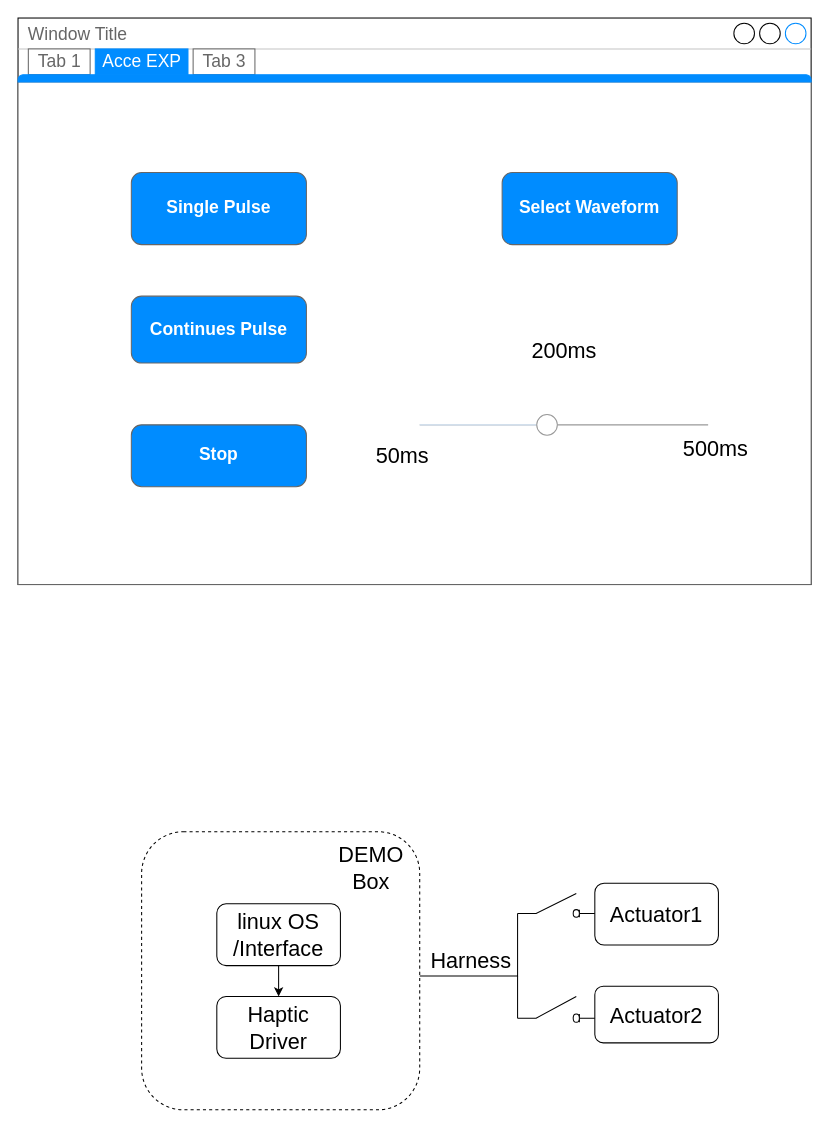
yinxingyi/DRAW.IO keeps this draw.io diagram as HMI GUI Tab View ACCE2.drawio. Above is the earlier version. Source tidied: cells renumbered, new cells numbered last; positions are measured from the earlier drawing's top-left corner, leaving out a move shared by most shapes. Both pictures are drawn from the tidied source at 103%, with x=0, y=0 at pixel (18, 18).
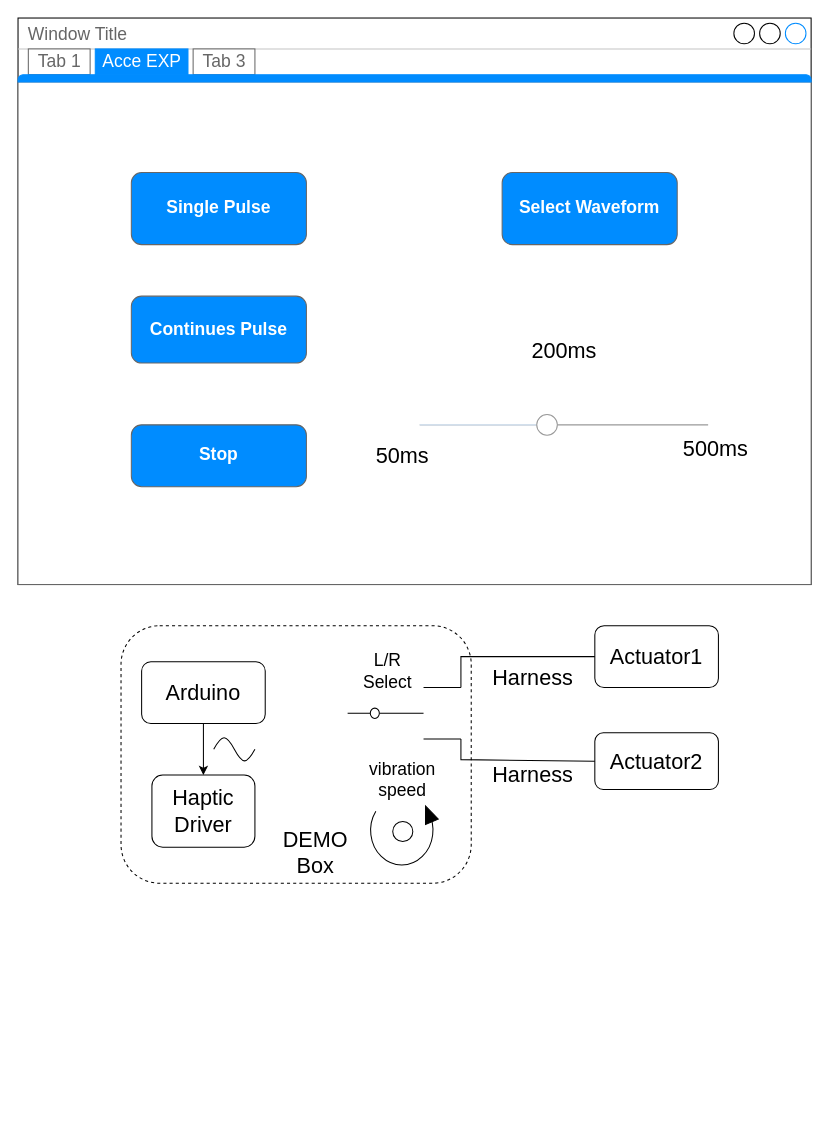
The same page after the edit.

Diff of the diagram source:
```diff
@@
     <mxCell id="2" style="rounded=1;whiteSpace=wrap;html=1;fontSize=21;dashed=1;" parent="1" vertex="1">
-      <mxGeometry x="120" y="790" width="270" height="270" as="geometry" />
+      <mxGeometry x="100" y="590" width="340" height="250" as="geometry" />
     </mxCell>
@@
     <mxCell id="17" value="Haptic Driver" style="rounded=1;whiteSpace=wrap;html=1;fontSize=21;" parent="1" vertex="1">
-      <mxGeometry x="193" y="950" width="120" height="60" as="geometry" />
+      <mxGeometry x="130" y="735" width="100" height="70" as="geometry" />
     </mxCell>
     <mxCell id="18" value="Actuator1" style="rounded=1;whiteSpace=wrap;html=1;fontSize=21;" parent="1" vertex="1">
-      <mxGeometry x="560" y="840" width="120" height="60" as="geometry" />
+      <mxGeometry x="560" y="590" width="120" height="60" as="geometry" />
     </mxCell>
@@
-    <mxCell id="20" value="linux OS /Interface" style="rounded=1;whiteSpace=wrap;html=1;fontSize=21;" parent="1" vertex="1">
-      <mxGeometry x="193" y="860" width="120" height="60" as="geometry" />
+    <mxCell id="20" value="Arduino" style="rounded=1;whiteSpace=wrap;html=1;fontSize=21;" parent="1" vertex="1">
+      <mxGeometry x="120" y="625" width="120" height="60" as="geometry" />
     </mxCell>
     <mxCell id="21" value="Actuator2" style="rounded=1;whiteSpace=wrap;html=1;fontSize=21;" parent="1" vertex="1">
-      <mxGeometry x="560" y="940" width="120" height="55" as="geometry" />
+      <mxGeometry x="560" y="694" width="120" height="55" as="geometry" />
     </mxCell>
-    <mxCell id="22" style="shape=mxgraph.electrical.electro-mechanical.switchDisconnector;elSwitchState=off;fontSize=21;" parent="1" vertex="1">
-      <mxGeometry x="485" y="850" width="75" height="23" as="geometry" />
-    </mxCell>
-    <mxCell id="23" style="shape=mxgraph.electrical.electro-mechanical.switchDisconnector;elSwitchState=off;fontSize=21;" parent="1" vertex="1">
-      <mxGeometry x="485" y="950" width="75" height="25" as="geometry" />
-    </mxCell>
-    <mxCell id="24" style="endArrow=none;html=1;rounded=0;fontSize=21;entryX=0;entryY=0.84;entryDx=0;entryDy=0;" parent="1" edge="1" target="22">
-      <mxGeometry relative="1" as="geometry">
-        <mxPoint x="390" y="930" as="sourcePoint" />
-        <Array as="points">
-          <mxPoint x="485" y="930" />
-        </Array>
-      </mxGeometry>
-    </mxCell>
-    <mxCell id="25" style="endArrow=none;html=1;rounded=0;fontSize=21;exitX=0;exitY=0.84;exitDx=0;exitDy=0;" parent="1" edge="1" source="23">
-      <mxGeometry relative="1" as="geometry">
-        <mxPoint x="485" y="930" as="targetPoint" />
-      </mxGeometry>
-    </mxCell>
     <mxCell id="26" value="DEMO Box" style="text;html=1;strokeColor=none;fillColor=none;align=center;verticalAlign=middle;whiteSpace=wrap;rounded=0;dashed=1;fontSize=21;" parent="1" vertex="1">
-      <mxGeometry x="313" y="810" width="60" height="30" as="geometry" />
+      <mxGeometry x="273.9" y="805" width="30" height="10" as="geometry" />
     </mxCell>
     <mxCell id="27" value="Harness" style="text;html=1;strokeColor=none;fillColor=none;align=center;verticalAlign=middle;whiteSpace=wrap;rounded=0;dashed=1;fontSize=21;" parent="1" vertex="1">
-      <mxGeometry x="410" y="900" width="60" height="30" as="geometry" />
+      <mxGeometry x="470" y="625" width="60" height="30" as="geometry" />
     </mxCell>
+    <mxCell id="28" style="verticalLabelPosition=bottom;shadow=0;dashed=0;align=center;html=1;verticalAlign=top;shape=mxgraph.electrical.electro-mechanical.twoWayContact2;elSwitchState=neutral;" parent="1" vertex="1">
+      <mxGeometry x="320" y="650" width="110" height="50" as="geometry" />
+    </mxCell>
+    <mxCell id="29" style="endArrow=none;html=1;rounded=0;entryX=0;entryY=0.5;entryDx=0;entryDy=0;exitX=1;exitY=0;exitDx=0;exitDy=0;" parent="1" edge="1" source="28" target="18">
+      <mxGeometry relative="1" as="geometry">
+        <Array as="points">
+          <mxPoint x="430" y="620" />
+        </Array>
+      </mxGeometry>
+    </mxCell>
+    <mxCell id="30" style="endArrow=none;html=1;rounded=0;entryX=0;entryY=0.5;entryDx=0;entryDy=0;exitX=1;exitY=1;exitDx=0;exitDy=0;" parent="1" edge="1" source="28" target="21">
+      <mxGeometry relative="1" as="geometry">
+        <Array as="points">
+          <mxPoint x="430" y="720" />
+        </Array>
+      </mxGeometry>
+    </mxCell>
+    <mxCell id="31" style="verticalLabelPosition=bottom;shadow=0;dashed=0;align=center;html=1;verticalAlign=top;shape=mxgraph.electrical.waveforms.sine_wave;" parent="1" vertex="1">
+      <mxGeometry x="190" y="695" width="40" height="30" as="geometry" />
+    </mxCell>
+    <mxCell id="32" style="verticalLabelPosition=bottom;shadow=0;dashed=0;align=center;html=1;verticalAlign=top;shape=mxgraph.electrical.rot_mech.verticalLabelPosition=bottom;shadow=0;dashed=0;align=center;fillColor=strokeColor;html=1;verticalAlign=top;strokeWidth=1;shape=mxgraph.electrical.rot_mech.rotation;" parent="1" vertex="1">
+      <mxGeometry x="339" y="765" width="69" height="60" as="geometry" />
+    </mxCell>
+    <mxCell id="33" style="ellipse;whiteSpace=wrap;html=1;" parent="1" vertex="1">
+      <mxGeometry x="363.8" y="780" width="19.5" height="19.5" as="geometry" />
+    </mxCell>
+    <mxCell id="34" value="L/R Select" style="text;html=1;strokeColor=none;fillColor=none;align=center;verticalAlign=middle;whiteSpace=wrap;rounded=0;fontSize=17;" parent="1" vertex="1">
+      <mxGeometry x="329.2" y="620" width="60" height="30" as="geometry" />
+    </mxCell>
+    <mxCell id="35" value="vibration speed" style="text;html=1;strokeColor=none;fillColor=none;align=center;verticalAlign=middle;whiteSpace=wrap;rounded=0;fontSize=17;" parent="1" vertex="1">
+      <mxGeometry x="318" y="725" width="110.8" height="30" as="geometry" />
+    </mxCell>
+    <mxCell id="36" value="Harness" style="text;html=1;strokeColor=none;fillColor=none;align=center;verticalAlign=middle;whiteSpace=wrap;rounded=0;dashed=1;fontSize=21;" parent="1" vertex="1">
+      <mxGeometry x="470" y="719" width="60" height="30" as="geometry" />
+    </mxCell>
```
